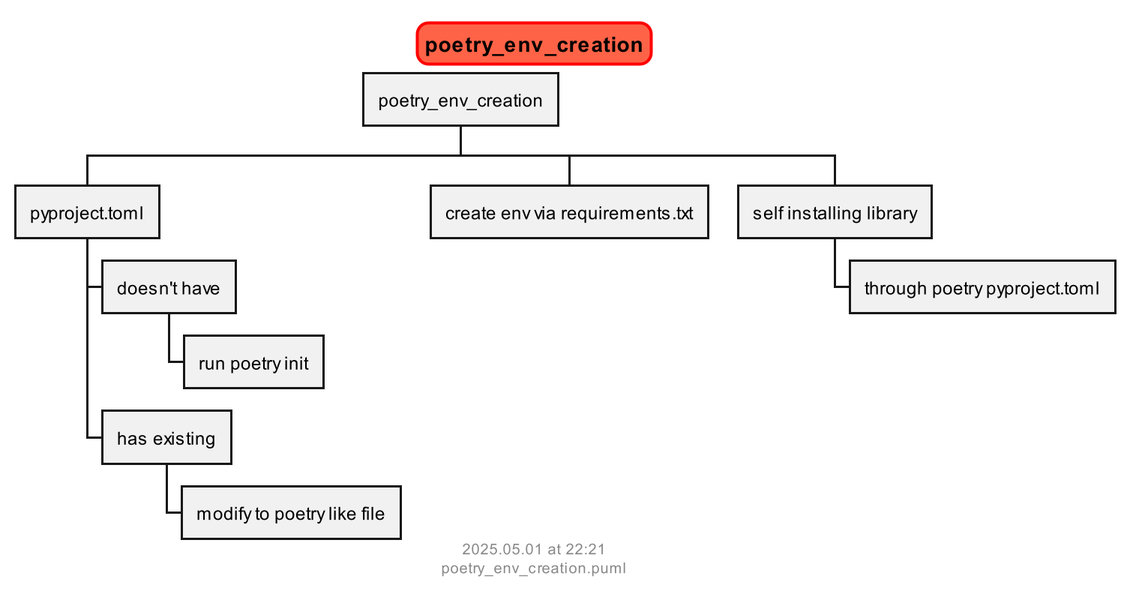
Before: docs/sub_virtualization/poetry/poetry_env_creation.png, a diagram exported from PlantUML (vamseeachanta/assetutilities). Source of this version:
```plantuml
@startwbs poetry_env_creation

scale 2
skinparam titleBorderRoundCorner 15
skinparam titleBorderThickness 2
skinparam titleBorderColor red
skinparam titleBackgroundColor Tomato

title poetry_env_creation


* poetry_env_creation

** pyproject.toml
*** doesn't have
**** run poetry init
*** has existing
**** modify to poetry like file

** create env via requirements.txt

** self installing library
*** through poetry pyproject.toml


footer
%date("yyyy.MM.dd' at 'HH:mm")
%filename()
end footer

@endwbs
```
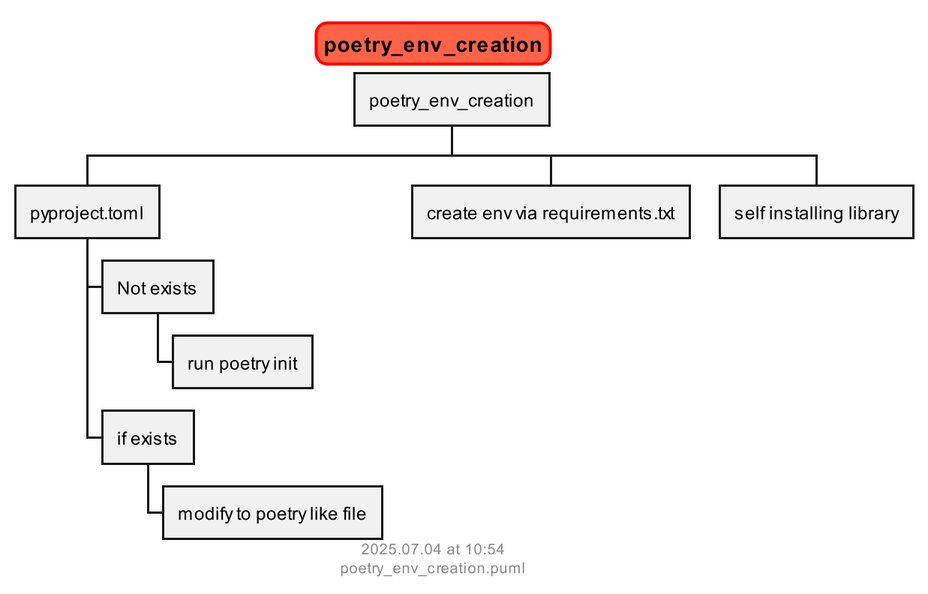
After the change.

The edit, as a diff of the source:
```diff
@@ -12,15 +12,14 @@
 * poetry_env_creation
 
 ** pyproject.toml
-*** doesn't have
+*** Not exists
 **** run poetry init
-*** has existing
+*** if exists
 **** modify to poetry like file
 
 ** create env via requirements.txt
 
 ** self installing library
-*** through poetry pyproject.toml
 
 
 footer
```
